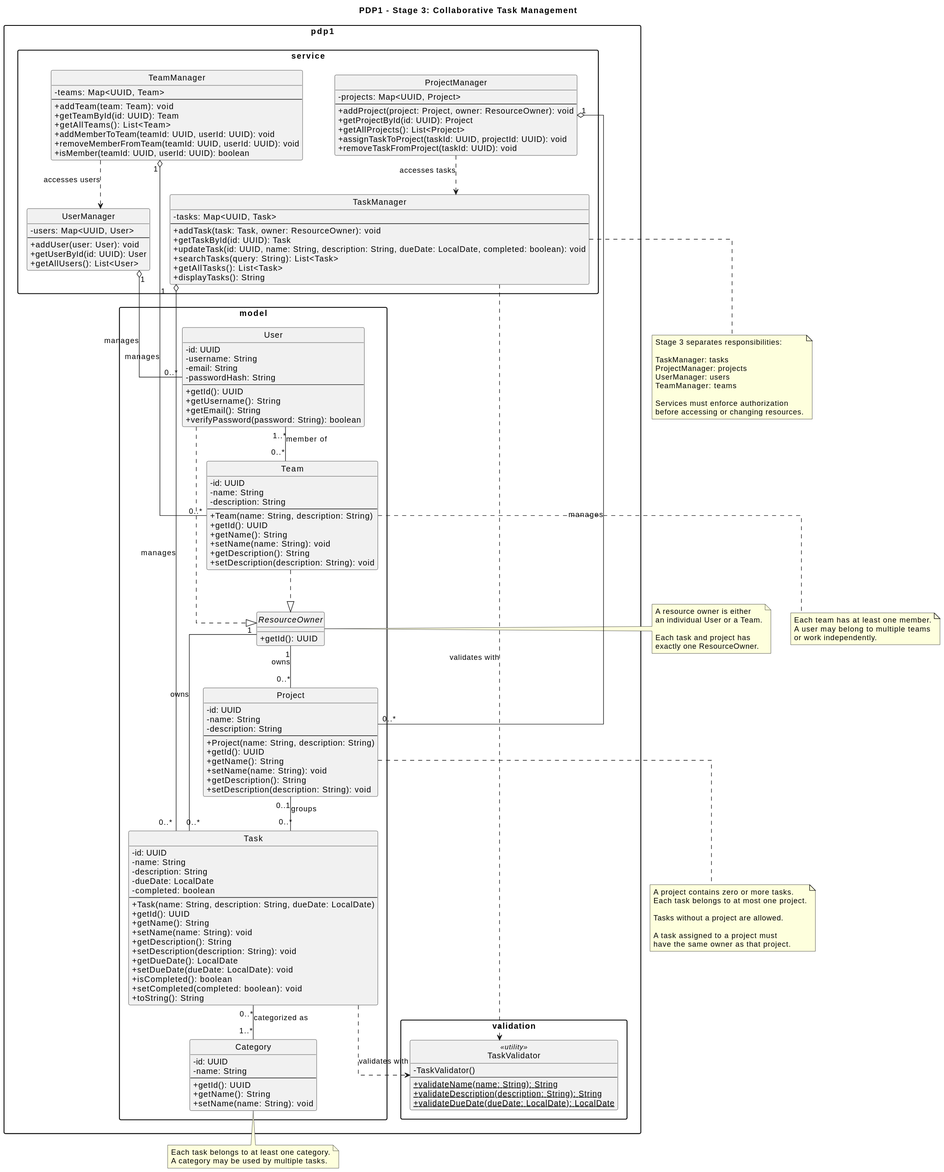
Above: PDP/PDP 1 Submission - to be graded/Design_Documentation/UML_Diagrams/Stage3.svg in Dima17102000/SE2 (PlantUML), before the change. Source of this version:
```plantuml
@startuml
title PDP1 - Stage 3: Collaborative Task Management

hide circle
skinparam classAttributeIconSize 0
skinparam linetype ortho
skinparam shadowing false
skinparam packageStyle rectangle

package "pdp1.model" {

    interface ResourceOwner {
        + getId(): UUID
    }

    class Task {
        - id: UUID
        - name: String
        - description: String
        - dueDate: LocalDate
        - completed: boolean
        --
        + Task(name: String, description: String, dueDate: LocalDate)
        + getId(): UUID
        + getName(): String
        + setName(name: String): void
        + getDescription(): String
        + setDescription(description: String): void
        + getDueDate(): LocalDate
        + setDueDate(dueDate: LocalDate): void
        + isCompleted(): boolean
        + setCompleted(completed: boolean): void
        + toString(): String
    }

    class User {
        - id: UUID
        - username: String
        - email: String
        - passwordHash: String
        --
        + getId(): UUID
        + getUsername(): String
        + getEmail(): String
        + verifyPassword(password: String): boolean
    }

    class Team {
        - id: UUID
        - name: String
        - description: String
        --
        + Team(name: String, description: String)
        + getId(): UUID
        + getName(): String
        + setName(name: String): void
        + getDescription(): String
        + setDescription(description: String): void
    }

    class Project {
        - id: UUID
        - name: String
        - description: String
        --
        + Project(name: String, description: String)
        + getId(): UUID
        + getName(): String
        + setName(name: String): void
        + getDescription(): String
        + setDescription(description: String): void
    }

    class Category {
        - id: UUID
        - name: String
        --
        + getId(): UUID
        + getName(): String
        + setName(name: String): void
    }
}

package "pdp1.service" {

    class TaskManager {
        - tasks: Map<UUID, Task>
        --
        + addTask(task: Task, owner: ResourceOwner): void
        + getTaskById(id: UUID): Task
        + updateTask(id: UUID, name: String, description: String, dueDate: LocalDate, completed: boolean): void
        + searchTasks(query: String): List<Task>
        + getAllTasks(): List<Task>
        + displayTasks(): String
    }

    class ProjectManager {
        - projects: Map<UUID, Project>
        --
        + addProject(project: Project, owner: ResourceOwner): void
        + getProjectById(id: UUID): Project
        + getAllProjects(): List<Project>
        + assignTaskToProject(taskId: UUID, projectId: UUID): void
        + removeTaskFromProject(taskId: UUID): void
    }

    class UserManager {
        - users: Map<UUID, User>
        --
        + addUser(user: User): void
        + getUserById(id: UUID): User
        + getAllUsers(): List<User>
    }

    class TeamManager {
        - teams: Map<UUID, Team>
        --
        + addTeam(team: Team): void
        + getTeamById(id: UUID): Team
        + getAllTeams(): List<Team>
        + addMemberToTeam(teamId: UUID, userId: UUID): void
        + removeMemberFromTeam(teamId: UUID, userId: UUID): void
        + isMember(teamId: UUID, userId: UUID): boolean
    }
}

package "pdp1.validation" {

    class TaskValidator <<utility>> {
        - TaskValidator()
        --
        + {static} validateName(name: String): String
        + {static} validateDescription(description: String): String
        + {static} validateDueDate(dueDate: LocalDate): LocalDate
    }
}

User ..|> ResourceOwner
Team ..|> ResourceOwner

User "1..*" -- "0..*" Team : member of

ResourceOwner "1" -- "0..*" Task : owns
ResourceOwner "1" -- "0..*" Project : owns

Project "0..1" -- "0..*" Task : groups

Task "0..*" -- "1..*" Category : categorized as

TaskManager "1" o-- "0..*" Task : manages
ProjectManager "1" o-- "0..*" Project : manages
UserManager "1" o-- "0..*" User : manages
TeamManager "1" o-- "0..*" Team : manages

ProjectManager ..> TaskManager : accesses tasks
TeamManager ..> UserManager : accesses users

Task ..> TaskValidator : validates with
TaskManager ..> TaskValidator : validates with

note right of ResourceOwner
  A resource owner is either
  an individual User or a Team.

  Each task and project has
  exactly one ResourceOwner.
end note

note bottom of Team
  Each team has at least one member.
  A user may belong to multiple teams
  or work independently.
end note

note bottom of Project
  A project contains zero or more tasks.
  Each task belongs to at most one project.

  Tasks without a project are allowed.

  A task assigned to a project must
  have the same owner as that project.
end note

note bottom of Category
  Each task belongs to at least one category.
  A category may be used by multiple tasks.
end note

note bottom of TaskManager
  Stage 3 separates responsibilities:

  TaskManager: tasks
  ProjectManager: projects
  UserManager: users
  TeamManager: teams

  Services must enforce authorization
  before accessing or changing resources.
end note
@enduml
```
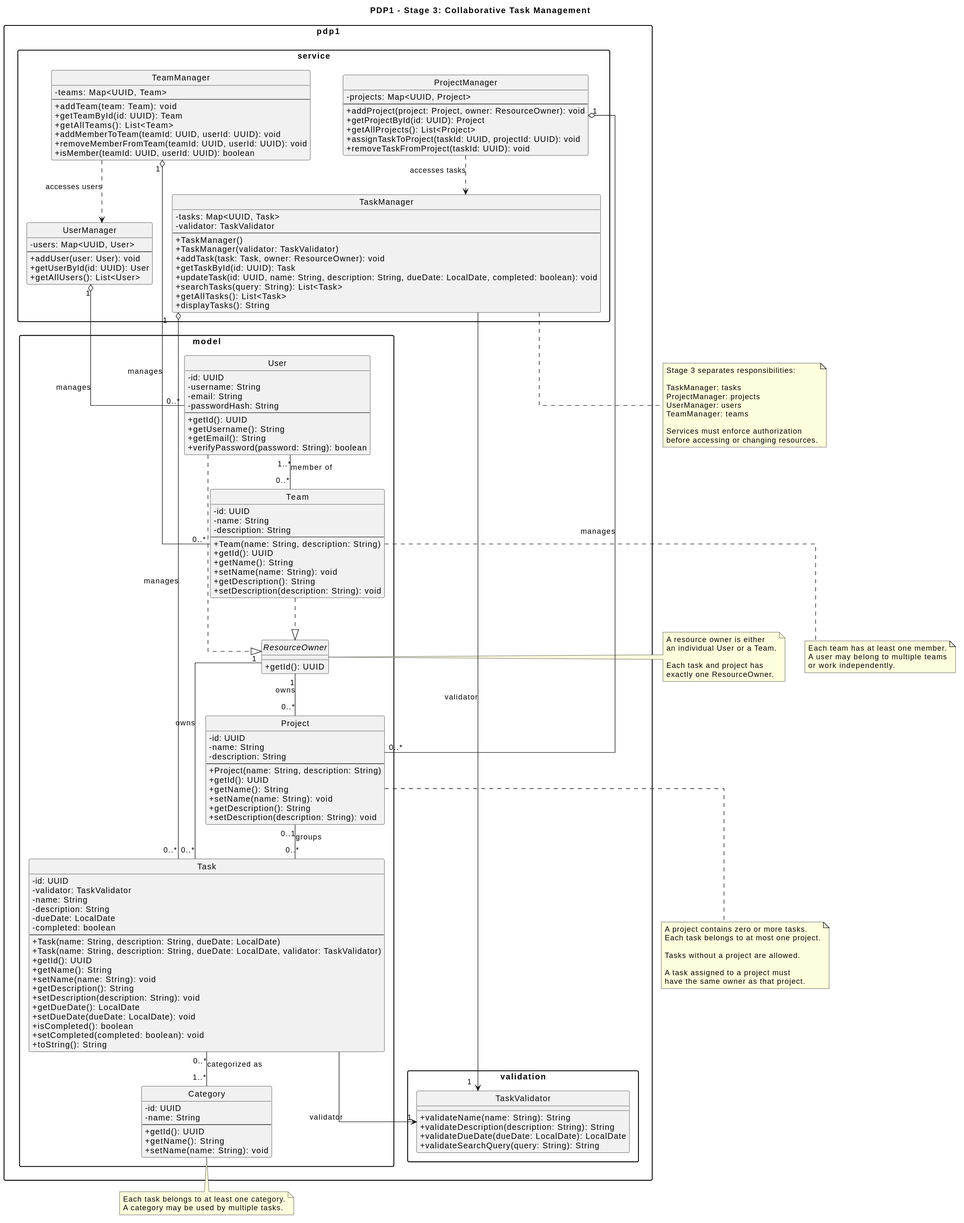
After the commit.

Commit message:
Update UML diagrams to reflect validator dependency injection

The edit, as a diff of the source:
```diff
@@ -15,12 +15,14 @@
 
     class Task {
         - id: UUID
+        - validator: TaskValidator
         - name: String
         - description: String
         - dueDate: LocalDate
         - completed: boolean
         --
         + Task(name: String, description: String, dueDate: LocalDate)
+        + Task(name: String, description: String, dueDate: LocalDate, validator: TaskValidator)
         + getId(): UUID
         + getName(): String
         + setName(name: String): void
@@ -85,7 +87,10 @@
 
     class TaskManager {
         - tasks: Map<UUID, Task>
+        - validator: TaskValidator
         --
+        + TaskManager()
+        + TaskManager(validator: TaskValidator)
         + addTask(task: Task, owner: ResourceOwner): void
         + getTaskById(id: UUID): Task
         + updateTask(id: UUID, name: String, description: String, dueDate: LocalDate, completed: boolean): void
@@ -126,12 +131,11 @@
 
 package "pdp1.validation" {
 
-    class TaskValidator <<utility>> {
-        - TaskValidator()
-        --
-        + {static} validateName(name: String): String
-        + {static} validateDescription(description: String): String
-        + {static} validateDueDate(dueDate: LocalDate): LocalDate
+    class TaskValidator {
+        + validateName(name: String): String
+        + validateDescription(description: String): String
+        + validateDueDate(dueDate: LocalDate): LocalDate
+        + validateSearchQuery(query: String): String
     }
 }
 
@@ -155,8 +159,8 @@
 ProjectManager ..> TaskManager : accesses tasks
 TeamManager ..> UserManager : accesses users
 
-Task ..> TaskValidator : validates with
-TaskManager ..> TaskValidator : validates with
+Task --> "1" TaskValidator : validator
+TaskManager --> "1" TaskValidator : validator
 
 note right of ResourceOwner
   A resource owner is either
```
